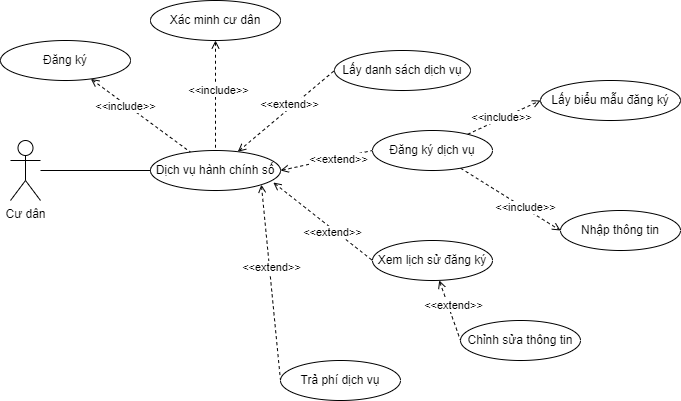
Above: usecase diagram/hành chính số.drawio.png in kienndhn/draw-io (draw.io), before the change. Source tidied: cells renumbered, new cells last; positions are measured from the earlier drawing's top-left corner, leaving out a move shared by most shapes.
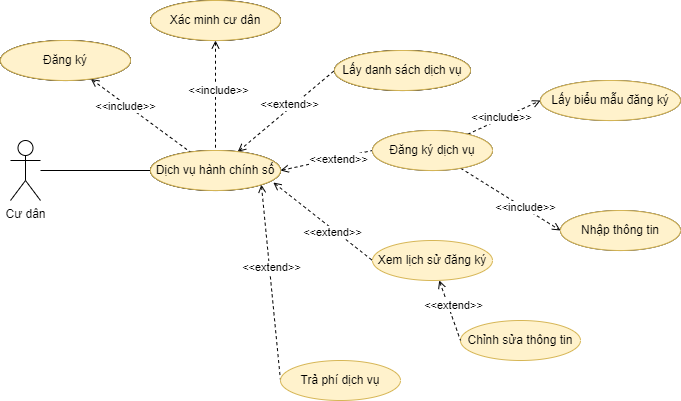
After the commit.

Change to the diagram source:
```diff
@@ -52,7 +52,7 @@
     <mxCell id="15" value="Đăng ký dịch vụ" style="ellipse;whiteSpace=wrap;html=1;" parent="1" vertex="1">
       <mxGeometry x="372" y="130" width="120" height="40" as="geometry" />
     </mxCell>
-    <mxCell id="16" value="Chỉnh sửa thông tin" style="ellipse;whiteSpace=wrap;html=1;" parent="1" vertex="1">
+    <mxCell id="16" value="Chỉnh sửa thông tin" style="ellipse;whiteSpace=wrap;html=1;fillColor=#fff2cc;strokeColor=#d6b656;" parent="1" vertex="1">
       <mxGeometry x="460" y="320" width="120" height="40" as="geometry" />
     </mxCell>
     <mxCell id="17" value="Nhập thông tin" style="ellipse;whiteSpace=wrap;html=1;" parent="1" vertex="1">
@@ -66,13 +66,13 @@
         <mxPoint y="-14" as="offset" />
       </mxGeometry>
     </mxCell>
-    <mxCell id="20" value="Xem lịch sử đăng ký" style="ellipse;whiteSpace=wrap;html=1;" parent="1" vertex="1">
+    <mxCell id="20" value="Xem lịch sử đăng ký" style="ellipse;whiteSpace=wrap;html=1;fillColor=#fff2cc;strokeColor=#d6b656;" parent="1" vertex="1">
       <mxGeometry x="372" y="240" width="120" height="40" as="geometry" />
     </mxCell>
     <mxCell id="21" value="Lấy biểu mẫu đăng ký" style="ellipse;whiteSpace=wrap;html=1;" parent="1" vertex="1">
       <mxGeometry x="540" y="80" width="140" height="40" as="geometry" />
     </mxCell>
-    <mxCell id="22" value="Trả phí dịch vụ" style="ellipse;whiteSpace=wrap;html=1;" parent="1" vertex="1">
+    <mxCell id="22" value="Trả phí dịch vụ" style="ellipse;whiteSpace=wrap;html=1;fillColor=#fff2cc;strokeColor=#d6b656;" parent="1" vertex="1">
       <mxGeometry x="280" y="360" width="120" height="40" as="geometry" />
     </mxCell>
     <mxCell id="23" value="Dịch vụ hành chính số" style="ellipse;whiteSpace=wrap;html=1;" parent="1" vertex="1">
@@ -104,5 +104,38 @@
     <mxCell id="31" value="Xác minh cư dân" style="ellipse;whiteSpace=wrap;html=1;" parent="1" vertex="1">
       <mxGeometry x="150" width="130" height="40" as="geometry" />
     </mxCell>
+    <mxCell id="32" value="Đăng ký" style="ellipse;whiteSpace=wrap;html=1;" parent="1" vertex="1">
+      <mxGeometry y="40" width="130" height="40" as="geometry" />
+    </mxCell>
+    <mxCell id="33" value="Dịch vụ hành chính số" style="ellipse;whiteSpace=wrap;html=1;" parent="1" vertex="1">
+      <mxGeometry x="150" y="150" width="130" height="40" as="geometry" />
+    </mxCell>
+    <mxCell id="34" value="Xác minh cư dân" style="ellipse;whiteSpace=wrap;html=1;" parent="1" vertex="1">
+      <mxGeometry x="150" width="130" height="40" as="geometry" />
+    </mxCell>
+    <mxCell id="35" value="Lấy danh sách dịch vụ" style="ellipse;whiteSpace=wrap;html=1;" parent="1" vertex="1">
+      <mxGeometry x="334" y="50" width="136" height="40" as="geometry" />
+    </mxCell>
+    <mxCell id="36" value="Đăng ký" style="ellipse;whiteSpace=wrap;html=1;fillColor=#fff2cc;strokeColor=#d6b656;" parent="1" vertex="1">
+      <mxGeometry y="40" width="130" height="40" as="geometry" />
+    </mxCell>
+    <mxCell id="37" value="Dịch vụ hành chính số" style="ellipse;whiteSpace=wrap;html=1;fillColor=#fff2cc;strokeColor=#d6b656;" parent="1" vertex="1">
+      <mxGeometry x="150" y="150" width="130" height="40" as="geometry" />
+    </mxCell>
+    <mxCell id="38" value="Xác minh cư dân" style="ellipse;whiteSpace=wrap;html=1;fillColor=#fff2cc;strokeColor=#d6b656;" parent="1" vertex="1">
+      <mxGeometry x="150" width="130" height="40" as="geometry" />
+    </mxCell>
+    <mxCell id="39" value="Lấy danh sách dịch vụ" style="ellipse;whiteSpace=wrap;html=1;fillColor=#fff2cc;strokeColor=#d6b656;" parent="1" vertex="1">
+      <mxGeometry x="334" y="50" width="136" height="40" as="geometry" />
+    </mxCell>
+    <mxCell id="40" value="Lấy biểu mẫu đăng ký" style="ellipse;whiteSpace=wrap;html=1;fillColor=#fff2cc;strokeColor=#d6b656;" parent="1" vertex="1">
+      <mxGeometry x="540" y="80" width="140" height="40" as="geometry" />
+    </mxCell>
+    <mxCell id="41" value="Đăng ký dịch vụ" style="ellipse;whiteSpace=wrap;html=1;fillColor=#fff2cc;strokeColor=#d6b656;" parent="1" vertex="1">
+      <mxGeometry x="372" y="130" width="120" height="40" as="geometry" />
+    </mxCell>
+    <mxCell id="42" value="Nhập thông tin" style="ellipse;whiteSpace=wrap;html=1;fillColor=#fff2cc;strokeColor=#d6b656;" parent="1" vertex="1">
+      <mxGeometry x="560" y="210" width="120" height="40" as="geometry" />
+    </mxCell>
   </root>
 </mxGraphModel>
```
